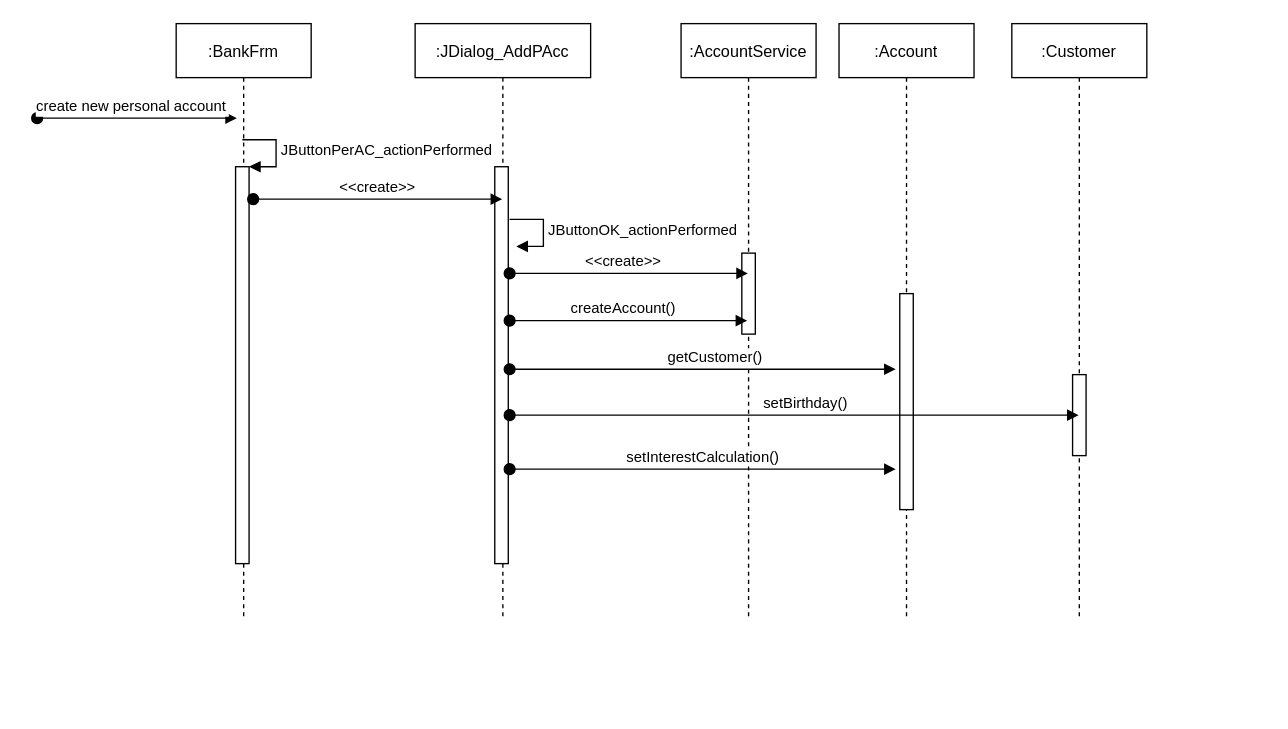
Before: documents/New_Personal_Account_Sequence_Diagram.drawio in carwyndoan/bankproj, a draw.io diagram. Source tidied: cells renumbered, new cells numbered last; positions are measured from the earlier drawing's top-left corner, leaving out a move shared by most shapes. Both pictures are drawn from the tidied source at 135%, with x=0, y=0 at pixel (36, 23).
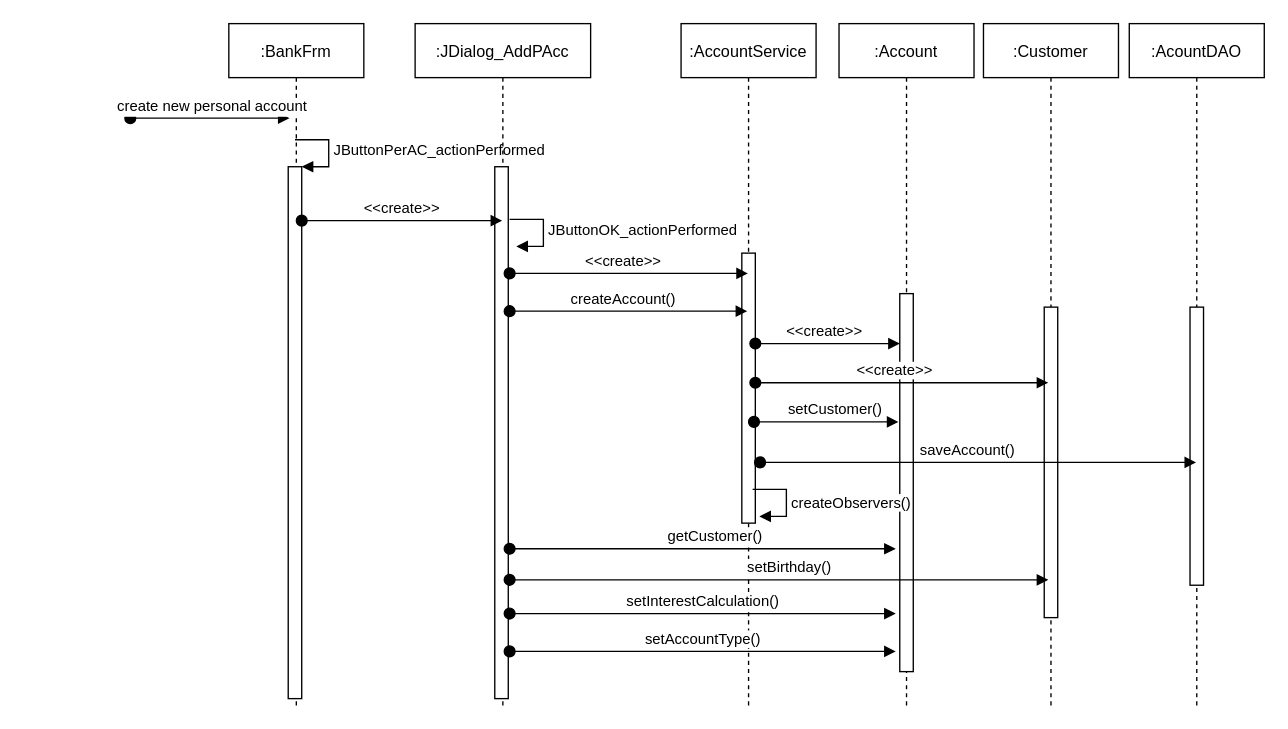
The same page after the edit.

Commit message (it also covers changes not shown here):
Update documents: add setAccountType, and more details

The edit, as a diff of the source:
```diff
@@
     <mxCell id="2" value=":AccountService" style="shape=umlLifeline;perimeter=lifelinePerimeter;rounded=0;shadow=0;strokeWidth=1;" parent="1" vertex="1">
-      <mxGeometry x="477" width="100" height="440" as="geometry" />
+      <mxGeometry x="477" width="100" height="505" as="geometry" />
     </mxCell>
     <mxCell id="3" style="html=1;perimeter=orthogonalPerimeter;" parent="2" vertex="1">
-      <mxGeometry x="45" y="170" width="10" height="60" as="geometry" />
+      <mxGeometry x="45" y="170" width="10" height="200" as="geometry" />
     </mxCell>
     <mxCell id="4" value=":Account" style="shape=umlLifeline;perimeter=lifelinePerimeter;rounded=0;shadow=0;strokeWidth=1;" parent="1" vertex="1">
-      <mxGeometry x="594" width="100" height="440" as="geometry" />
+      <mxGeometry x="594" width="100" height="505" as="geometry" />
     </mxCell>
     <mxCell id="5" style="perimeter=orthogonalPerimeter;rounded=0;shadow=0;strokeWidth=1;" parent="4" vertex="1">
-      <mxGeometry x="45" y="200" width="10" height="160" as="geometry" />
+      <mxGeometry x="45" y="200" width="10" height="280" as="geometry" />
     </mxCell>
+    <mxCell id="21" value="&amp;lt;&amp;lt;create&amp;gt;&amp;gt;" style="html=1;verticalAlign=bottom;startArrow=oval;startFill=1;endArrow=block;startSize=8;" parent="4" edge="1">
+      <mxGeometry x="-0.05" relative="1" as="geometry">
+        <mxPoint x="-62" y="237" as="sourcePoint" />
+        <mxPoint x="45" y="237" as="targetPoint" />
+      </mxGeometry>
+    </mxCell>
     <mxCell id="6" value=":Customer" style="shape=umlLifeline;perimeter=lifelinePerimeter;rounded=0;shadow=0;strokeWidth=1;" parent="1" vertex="1">
-      <mxGeometry x="722" width="100" height="440" as="geometry" />
+      <mxGeometry x="701" width="100" height="505" as="geometry" />
     </mxCell>
     <mxCell id="7" style="perimeter=orthogonalPerimeter;rounded=0;shadow=0;strokeWidth=1;" parent="6" vertex="1">
-      <mxGeometry x="45" y="260" width="10" height="60" as="geometry" />
+      <mxGeometry x="45" y="210" width="10" height="230" as="geometry" />
     </mxCell>
     <mxCell id="8" value=":BankFrm" style="shape=umlLifeline;perimeter=lifelinePerimeter;rounded=0;shadow=0;strokeWidth=1;" parent="1" vertex="1">
-      <mxGeometry x="103" width="100" height="440" as="geometry" />
+      <mxGeometry x="142" width="100" height="505" as="geometry" />
     </mxCell>
     <mxCell id="9" value="create new personal account" style="verticalAlign=bottom;startArrow=oval;endArrow=block;startSize=8;shadow=0;strokeWidth=1;" parent="8" edge="1">
-      <mxGeometry x="-0.05" relative="1" as="geometry">
-        <mxPoint x="-103" y="70" as="sourcePoint" />
+      <mxGeometry x="0.03" relative="1" as="geometry">
+        <mxPoint x="-73" y="70" as="sourcePoint" />
         <mxPoint x="45" y="70" as="targetPoint" />
       </mxGeometry>
     </mxCell>
     <mxCell id="10" style="html=1;points=[];perimeter=orthogonalPerimeter;" parent="8" vertex="1">
-      <mxGeometry x="44" y="106" width="10" height="294" as="geometry" />
+      <mxGeometry x="44" y="106" width="10" height="394" as="geometry" />
     </mxCell>
@@
     <mxCell id="12" value=":JDialog_AddPAcc" style="shape=umlLifeline;perimeter=lifelinePerimeter;rounded=0;shadow=0;strokeWidth=1;" parent="1" vertex="1">
-      <mxGeometry x="280" width="130" height="440" as="geometry" />
+      <mxGeometry x="280" width="130" height="505" as="geometry" />
     </mxCell>
     <mxCell id="13" style="html=1;perimeter=orthogonalPerimeter;" parent="12" vertex="1">
-      <mxGeometry x="59" y="106" width="10" height="294" as="geometry" />
+      <mxGeometry x="59" y="106" width="10" height="394" as="geometry" />
     </mxCell>
-    <mxCell id="14" value="&amp;lt;&amp;lt;create&amp;gt;&amp;gt;" style="html=1;verticalAlign=bottom;startArrow=oval;startFill=1;endArrow=block;startSize=8;" parent="1" edge="1" target="12">
-      <mxGeometry relative="1" as="geometry">
-        <mxPoint x="160" y="130" as="sourcePoint" />
-      </mxGeometry>
+    <mxCell id="14" value="&amp;lt;&amp;lt;create&amp;gt;&amp;gt;" style="html=1;verticalAlign=bottom;startArrow=oval;startFill=1;endArrow=block;startSize=8;exitX=0.54;exitY=0.289;exitDx=0;exitDy=0;exitPerimeter=0;" parent="1" edge="1" source="8" target="12">
+      <mxGeometry relative="1" as="geometry" />
     </mxCell>
@@
     <mxCell id="17" value="createAccount()" style="html=1;verticalAlign=bottom;startArrow=oval;startFill=1;endArrow=block;startSize=8;" parent="1" edge="1">
       <mxGeometry x="-0.05" relative="1" as="geometry">
-        <mxPoint x="350" y="220" as="sourcePoint" />
-        <mxPoint x="526" y="220" as="targetPoint" />
+        <mxPoint x="350" y="213" as="sourcePoint" />
+        <mxPoint x="526" y="213" as="targetPoint" />
       </mxGeometry>
     </mxCell>
     <mxCell id="18" value="getCustomer()" style="html=1;verticalAlign=bottom;startArrow=oval;startFill=1;endArrow=block;startSize=8;" parent="1" edge="1">
       <mxGeometry x="0.06" relative="1" as="geometry">
-        <mxPoint x="350" y="256" as="sourcePoint" />
-        <mxPoint x="636" y="256" as="targetPoint" />
+        <mxPoint x="350" y="389" as="sourcePoint" />
+        <mxPoint x="636" y="389" as="targetPoint" />
       </mxGeometry>
     </mxCell>
-    <mxCell id="19" value="setBirthday()" style="html=1;verticalAlign=bottom;startArrow=oval;startFill=1;endArrow=block;startSize=8;" parent="1" edge="1" target="6">
+    <mxCell id="19" value="setBirthday()" style="html=1;verticalAlign=bottom;startArrow=oval;startFill=1;endArrow=block;startSize=8;" parent="1" edge="1">
       <mxGeometry x="0.04" relative="1" as="geometry">
-        <mxPoint x="350" y="290" as="sourcePoint" />
+        <mxPoint x="350" y="412" as="sourcePoint" />
+        <mxPoint x="749" y="412" as="targetPoint" />
       </mxGeometry>
     </mxCell>
     <mxCell id="20" value="setInterestCalculation()" style="html=1;verticalAlign=bottom;startArrow=oval;startFill=1;endArrow=block;startSize=8;" parent="1" edge="1">
       <mxGeometry relative="1" as="geometry">
-        <mxPoint x="350" y="330" as="sourcePoint" />
-        <mxPoint x="636" y="330" as="targetPoint" />
+        <mxPoint x="350" y="437" as="sourcePoint" />
+        <mxPoint x="636" y="437" as="targetPoint" />
       </mxGeometry>
     </mxCell>
+    <mxCell id="22" value="setAccountType()" style="html=1;verticalAlign=bottom;startArrow=oval;startFill=1;endArrow=block;startSize=8;" parent="1" edge="1">
+      <mxGeometry relative="1" as="geometry">
+        <mxPoint x="350" y="465" as="sourcePoint" />
+        <mxPoint x="636" y="465" as="targetPoint" />
+      </mxGeometry>
+    </mxCell>
+    <mxCell id="23" value="&amp;lt;&amp;lt;create&amp;gt;&amp;gt;" style="html=1;verticalAlign=bottom;startArrow=oval;startFill=1;endArrow=block;startSize=8;" parent="1" edge="1">
+      <mxGeometry x="-0.05" relative="1" as="geometry">
+        <mxPoint x="532" y="266" as="sourcePoint" />
+        <mxPoint x="749" y="266" as="targetPoint" />
+      </mxGeometry>
+    </mxCell>
+    <mxCell id="24" value="setCustomer()" style="html=1;verticalAlign=bottom;startArrow=oval;startFill=1;endArrow=block;startSize=8;" parent="1" edge="1">
+      <mxGeometry x="0.12" relative="1" as="geometry">
+        <mxPoint x="531" y="295" as="sourcePoint" />
+        <mxPoint x="638" y="295" as="targetPoint" />
+      </mxGeometry>
+    </mxCell>
+    <mxCell id="25" value=":AcountDAO" style="shape=umlLifeline;perimeter=lifelinePerimeter;rounded=0;shadow=0;strokeWidth=1;" parent="1" vertex="1">
+      <mxGeometry x="809" width="100" height="505" as="geometry" />
+    </mxCell>
+    <mxCell id="26" style="perimeter=orthogonalPerimeter;rounded=0;shadow=0;strokeWidth=1;" parent="25" vertex="1">
+      <mxGeometry x="45" y="210" width="10" height="206" as="geometry" />
+    </mxCell>
+    <mxCell id="27" value="saveAccount()" style="html=1;verticalAlign=bottom;startArrow=oval;startFill=1;endArrow=block;startSize=8;" parent="1" edge="1" target="25">
+      <mxGeometry x="-0.05" relative="1" as="geometry">
+        <mxPoint x="535.5" y="325" as="sourcePoint" />
+      </mxGeometry>
+    </mxCell>
+    <mxCell id="28" value="createObservers()" style="edgeStyle=orthogonalEdgeStyle;html=1;align=left;spacingLeft=2;endArrow=block;rounded=0;entryX=1;entryY=0;" parent="1" edge="1">
+      <mxGeometry x="0.08" relative="1" as="geometry">
+        <mxPoint x="530" y="345" as="sourcePoint" />
+        <mxPoint x="535" y="365" as="targetPoint" />
+        <Array as="points">
+          <mxPoint x="555" y="345" />
+        </Array>
+      </mxGeometry>
+    </mxCell>
```
